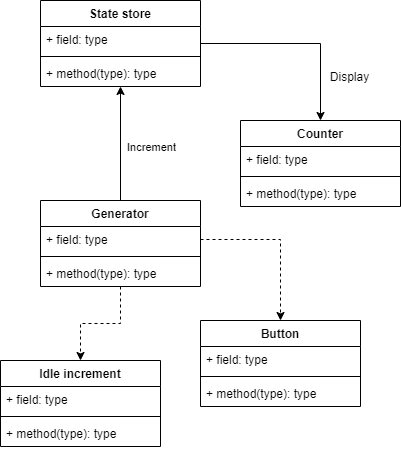
Earlier version of the draw.io export documentation/component-relations.png (justapyromaniac/Inaversary-Project). Source tidied: cells renumbered, new cells last; positions are measured from the earlier drawing's top-left corner, leaving out a move shared by most shapes.
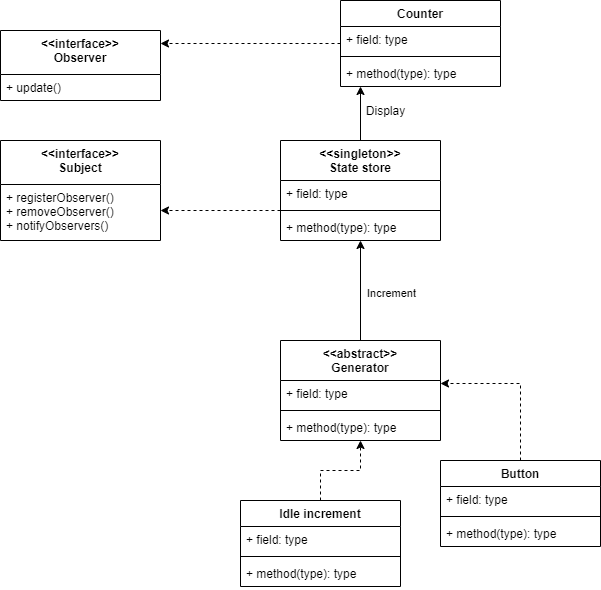
After the change.

The edit, as a diff of the source:
```diff
@@ -2,23 +2,44 @@
   <root>
     <mxCell id="0" />
     <mxCell id="1" parent="0" />
-    <mxCell id="2" style="edgeStyle=orthogonalEdgeStyle;rounded=0;jettySize=auto;html=1;entryX=0.5;entryY=0;entryDx=0;entryDy=0;" parent="1" edge="1" source="3" target="7">
-      <mxGeometry relative="1" as="geometry" />
+    <mxCell id="2" style="edgeStyle=orthogonalEdgeStyle;rounded=0;jettySize=auto;html=1;" parent="1" edge="1" source="3" target="7">
+      <mxGeometry relative="1" as="geometry">
+        <Array as="points">
+          <mxPoint x="190" y="20" />
+          <mxPoint x="190" y="20" />
+        </Array>
+      </mxGeometry>
     </mxCell>
+    <mxCell id="28" style="edgeStyle=orthogonalEdgeStyle;rounded=0;jettySize=auto;html=1;dashed=1;" parent="1" edge="1" source="3" target="32">
+      <mxGeometry relative="1" as="geometry">
+        <Array as="points">
+          <mxPoint x="-20" y="70" />
+          <mxPoint x="-20" y="70" />
+        </Array>
+      </mxGeometry>
+    </mxCell>
-    <mxCell id="3" value="State store" style="swimlane;fontStyle=1;align=center;verticalAlign=top;horizontal=1;startSize=26;" parent="1" vertex="1">
-      <mxGeometry x="40" width="160" height="86" as="geometry" />
+    <mxCell id="3" value="&lt;&lt;singleton&gt;&gt;&#10;State store" style="swimlane;fontStyle=1;align=center;verticalAlign=top;horizontal=1;startSize=40;" parent="1" vertex="1">
+      <mxGeometry x="40" width="160" height="100" as="geometry" />
     </mxCell>
     <mxCell id="4" value="+ field: type" style="text;strokeColor=none;fillColor=none;align=left;verticalAlign=top;spacingLeft=4;spacingRight=4;overflow=hidden;" parent="3" vertex="1">
-      <mxGeometry y="26" width="160" height="26" as="geometry" />
+      <mxGeometry y="40" width="160" height="26" as="geometry" />
     </mxCell>
     <mxCell id="5" style="line;strokeWidth=1;fillColor=none;align=left;verticalAlign=middle;spacingTop=-1;spacingLeft=3;spacingRight=3;labelPosition=right;" parent="3" vertex="1">
-      <mxGeometry y="52" width="160" height="8" as="geometry" />
+      <mxGeometry y="66" width="160" height="8" as="geometry" />
     </mxCell>
     <mxCell id="6" value="+ method(type): type" style="text;strokeColor=none;fillColor=none;align=left;verticalAlign=top;spacingLeft=4;spacingRight=4;overflow=hidden;" parent="3" vertex="1">
-      <mxGeometry y="60" width="160" height="26" as="geometry" />
+      <mxGeometry y="74" width="160" height="26" as="geometry" />
     </mxCell>
+    <mxCell id="29" style="edgeStyle=orthogonalEdgeStyle;rounded=0;jettySize=auto;html=1;dashed=1;" parent="1" edge="1" source="7" target="30">
+      <mxGeometry relative="1" as="geometry">
+        <Array as="points">
+          <mxPoint x="-50" y="-97" />
+          <mxPoint x="-50" y="-97" />
+        </Array>
+      </mxGeometry>
+    </mxCell>
     <mxCell id="7" value="Counter" style="swimlane;fontStyle=1;align=center;verticalAlign=top;horizontal=1;startSize=26;" parent="1" vertex="1">
-      <mxGeometry x="240" y="120" width="160" height="86" as="geometry" />
+      <mxGeometry x="100" y="-140" width="160" height="86" as="geometry" />
     </mxCell>
     <mxCell id="8" value="+ field: type" style="text;strokeColor=none;fillColor=none;align=left;verticalAlign=top;spacingLeft=4;spacingRight=4;overflow=hidden;" parent="7" vertex="1">
       <mxGeometry y="26" width="160" height="26" as="geometry" />
@@ -37,23 +58,23 @@
         <mxPoint x="32" y="-7" as="offset" />
       </mxGeometry>
     </mxCell>
-    <mxCell id="13" style="edgeStyle=orthogonalEdgeStyle;rounded=0;jettySize=auto;html=1;dashed=1;" parent="1" edge="1" source="14" target="24">
+    <mxCell id="13" style="edgeStyle=orthogonalEdgeStyle;rounded=0;jettySize=auto;html=1;dashed=1;exitX=0.5;exitY=0;exitDx=0;exitDy=0;" parent="1" edge="1" source="24" target="14">
       <mxGeometry relative="1" as="geometry" />
     </mxCell>
-    <mxCell id="14" value="Generator" style="swimlane;fontStyle=1;align=center;verticalAlign=top;horizontal=1;startSize=26;" parent="1" vertex="1">
-      <mxGeometry x="40" y="200" width="160" height="86" as="geometry" />
+    <mxCell id="14" value="&lt;&lt;abstract&gt;&gt;&#10;Generator" style="swimlane;fontStyle=1;align=center;verticalAlign=top;horizontal=1;startSize=40;" parent="1" vertex="1">
+      <mxGeometry x="40" y="200" width="160" height="100" as="geometry" />
     </mxCell>
     <mxCell id="15" value="+ field: type" style="text;strokeColor=none;fillColor=none;align=left;verticalAlign=top;spacingLeft=4;spacingRight=4;overflow=hidden;points=[[0,0.5],[1,0.5]];portConstraint=eastwest;" parent="14" vertex="1">
-      <mxGeometry y="26" width="160" height="26" as="geometry" />
+      <mxGeometry y="40" width="160" height="26" as="geometry" />
     </mxCell>
     <mxCell id="16" style="line;strokeWidth=1;fillColor=none;align=left;verticalAlign=middle;spacingTop=-1;spacingLeft=3;spacingRight=3;labelPosition=right;" parent="14" vertex="1">
-      <mxGeometry y="52" width="160" height="8" as="geometry" />
+      <mxGeometry y="66" width="160" height="8" as="geometry" />
     </mxCell>
     <mxCell id="17" value="+ method(type): type" style="text;strokeColor=none;fillColor=none;align=left;verticalAlign=top;spacingLeft=4;spacingRight=4;overflow=hidden;" parent="14" vertex="1">
-      <mxGeometry y="60" width="160" height="26" as="geometry" />
+      <mxGeometry y="74" width="160" height="26" as="geometry" />
     </mxCell>
     <mxCell id="18" value="Display" style="text;html=1;align=center;verticalAlign=middle;strokeColor=none;" parent="1" vertex="1">
-      <mxGeometry x="324" y="66" width="50" height="20" as="geometry" />
+      <mxGeometry x="120" y="-40" width="50" height="20" as="geometry" />
     </mxCell>
     <mxCell id="19" value="Button" style="swimlane;fontStyle=1;align=center;verticalAlign=top;horizontal=1;startSize=26;" parent="1" vertex="1">
       <mxGeometry x="200" y="320" width="160" height="86" as="geometry" />
@@ -67,9 +88,6 @@
     <mxCell id="22" value="+ method(type): type" style="text;strokeColor=none;fillColor=none;align=left;verticalAlign=top;spacingLeft=4;spacingRight=4;overflow=hidden;" parent="19" vertex="1">
       <mxGeometry y="60" width="160" height="26" as="geometry" />
     </mxCell>
-    <mxCell id="23" style="edgeStyle=orthogonalEdgeStyle;rounded=0;jettySize=auto;html=1;entryX=0.5;entryY=0;entryDx=0;entryDy=0;dashed=1;" parent="1" edge="1" source="15" target="19">
-      <mxGeometry relative="1" as="geometry" />
-    </mxCell>
     <mxCell id="24" value="Idle increment" style="swimlane;fontStyle=1;align=center;verticalAlign=top;horizontal=1;startSize=26;" parent="1" vertex="1">
       <mxGeometry y="360" width="160" height="86" as="geometry" />
     </mxCell>
@@ -82,5 +100,24 @@
     <mxCell id="27" value="+ method(type): type" style="text;strokeColor=none;fillColor=none;align=left;verticalAlign=top;spacingLeft=4;spacingRight=4;overflow=hidden;" parent="24" vertex="1">
       <mxGeometry y="60" width="160" height="26" as="geometry" />
     </mxCell>
+    <mxCell id="23" style="edgeStyle=orthogonalEdgeStyle;rounded=0;jettySize=auto;html=1;dashed=1;exitX=0.5;exitY=0;exitDx=0;exitDy=0;" parent="1" edge="1" source="19" target="14">
+      <mxGeometry relative="1" as="geometry">
+        <Array as="points">
+          <mxPoint x="280" y="243" />
+        </Array>
+      </mxGeometry>
+    </mxCell>
+    <mxCell id="30" value="&lt;&lt;interface&gt;&gt;&#10;Observer" style="swimlane;fontStyle=1;align=center;verticalAlign=top;horizontal=1;startSize=44;" parent="1" vertex="1">
+      <mxGeometry x="-240" y="-110" width="160" height="70" as="geometry" />
+    </mxCell>
+    <mxCell id="31" value="+ update()" style="text;strokeColor=none;fillColor=none;align=left;verticalAlign=top;spacingLeft=4;spacingRight=4;overflow=hidden;" parent="30" vertex="1">
+      <mxGeometry y="44" width="160" height="26" as="geometry" />
+    </mxCell>
+    <mxCell id="32" value="&lt;&lt;interface&gt;&gt;&#10;Subject" style="swimlane;fontStyle=1;align=center;verticalAlign=top;horizontal=1;startSize=44;" parent="1" vertex="1">
+      <mxGeometry x="-240" width="160" height="100" as="geometry" />
+    </mxCell>
+    <mxCell id="33" value="+ registerObserver()&#10;+ removeObserver()&#10;+ notifyObservers()" style="text;strokeColor=none;fillColor=none;align=left;verticalAlign=top;spacingLeft=4;spacingRight=4;overflow=hidden;" parent="32" vertex="1">
+      <mxGeometry y="44" width="160" height="56" as="geometry" />
+    </mxCell>
   </root>
 </mxGraphModel>
```
